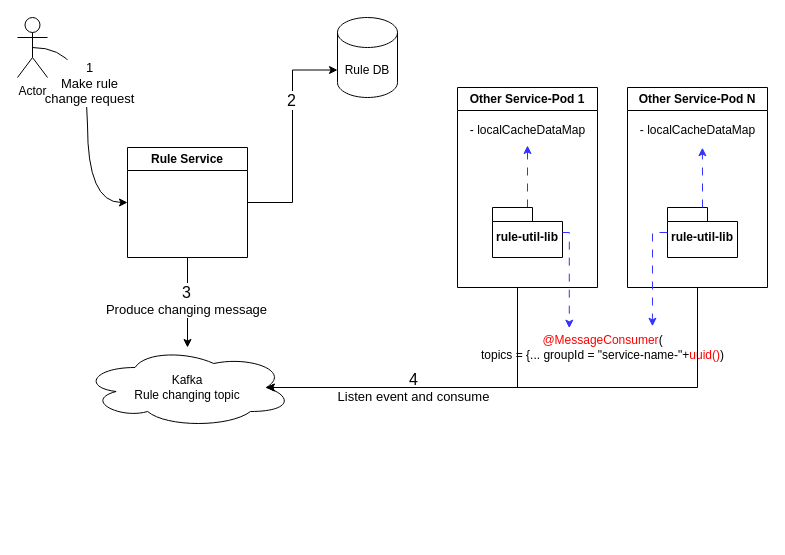
Before: rule-events.drawio in lnsbinh/rule-charts, a draw.io diagram. Source tidied: cells renumbered, new cells numbered last; positions are measured from the earlier drawing's top-left corner, leaving out a move shared by most shapes. Both pictures are drawn from the tidied source at 100%, with x=0, y=0 at pixel (17, 17).
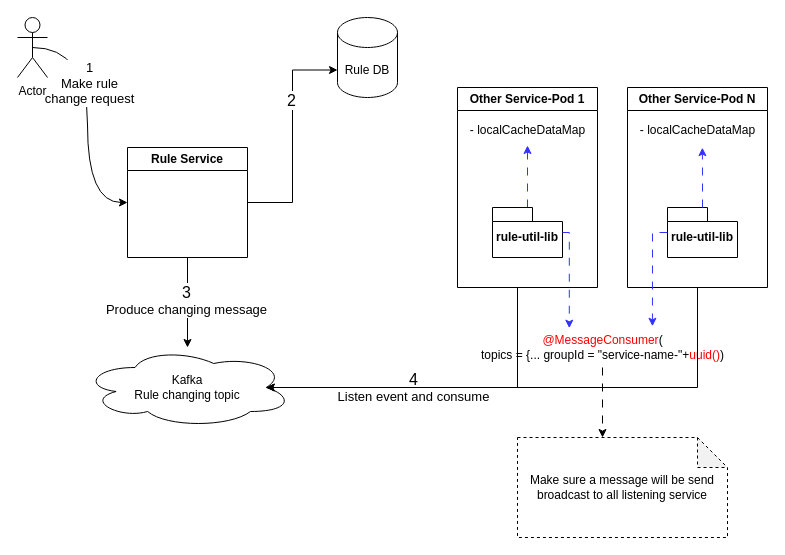
Above is the later version.

The change refers to these unchanged cells:
```xml
<mxCell id="18" value="&lt;font color=&quot;#ff0000&quot;&gt;@MessageConsumer&lt;/font&gt;(&lt;br&gt;topics = {... groupId = &quot;service-name-&quot;+&lt;font color=&quot;#ff0000&quot;&gt;uuid()&lt;/font&gt;)" style="text;html=1;align=center;verticalAlign=middle;points=[];strokeColor=none;fillColor=none;" parent="1" vertex="1">
  <mxGeometry x="450" y="310" width="270" height="40" as="geometry" />
</mxCell>
```

Change to the diagram source:
```diff
@@
+    <mxCell id="26" value="Make sure a message will be send broadcast to all listening service" style="shape=note;whiteSpace=wrap;html=1;backgroundOutline=1;darkOpacity=0.05;dashed=1;" parent="1" vertex="1">
+      <mxGeometry x="500" y="420" width="210" height="100" as="geometry" />
+    </mxCell>
+    <mxCell id="27" style="edgeStyle=orthogonalEdgeStyle;rounded=0;jettySize=auto;html=1;dashed=1;dashPattern=8 8;" parent="1" edge="1" source="18">
+      <mxGeometry relative="1" as="geometry">
+        <mxPoint x="585" y="420" as="targetPoint" />
+        <Array as="points">
+          <mxPoint x="585" y="420" />
+        </Array>
+      </mxGeometry>
+    </mxCell>
```
